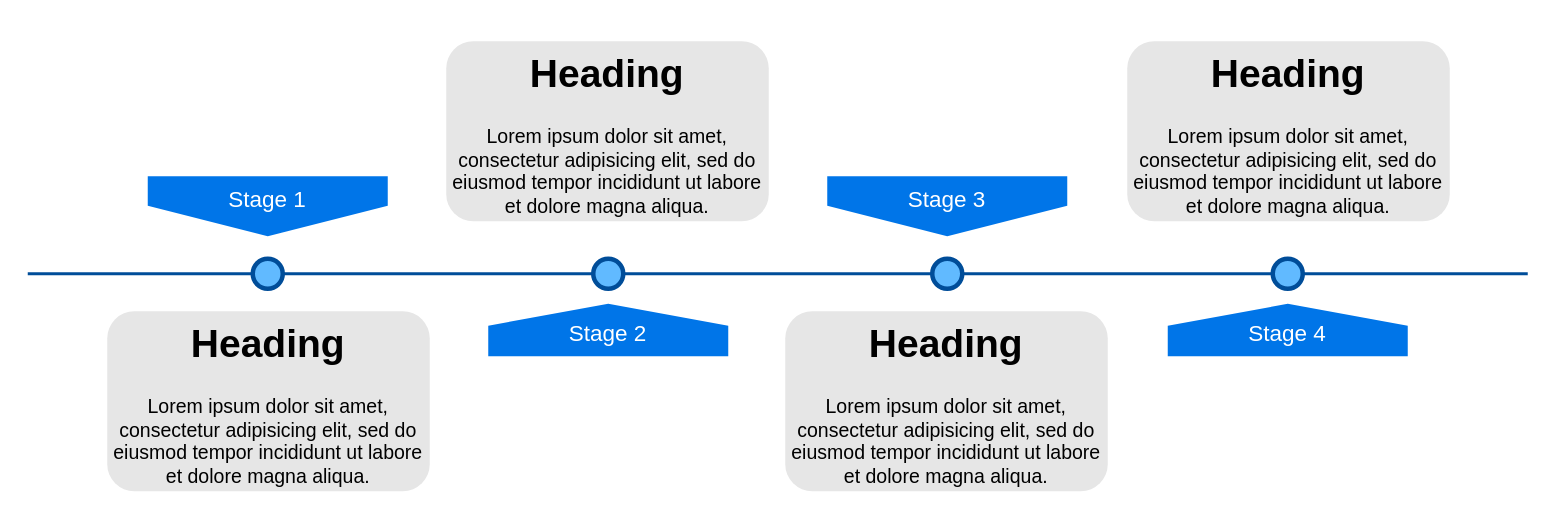
Before: 未命名绘图.drawio in rykler/rykler, a draw.io diagram. Source tidied: cells renumbered, new cells numbered last; positions are measured from the earlier drawing's top-left corner, leaving out a move shared by most shapes. Both pictures are drawn from the tidied source at 150%, with x=0, y=0 at pixel (27, 40).
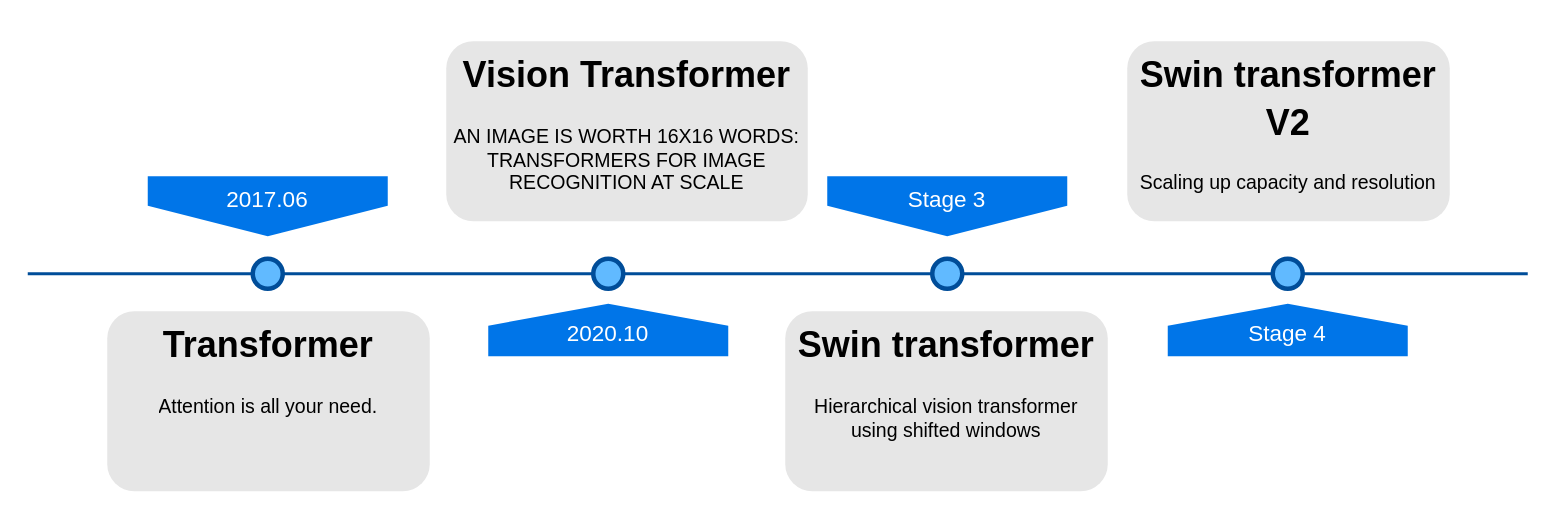
After the change.

Change to the diagram source:
```diff
@@
 <mxGraphModel>
   <root>
     <mxCell id="0" />
     <mxCell id="1" parent="0" />
     <mxCell id="2" style="line;strokeWidth=2;html=1;fillColor=none;fontSize=28;fontColor=#004D99;strokeColor=#004D99;" parent="1" vertex="1">
       <mxGeometry y="150" width="1000" height="10" as="geometry" />
     </mxCell>
-    <mxCell id="3" value="Stage 1" style="shape=offPageConnector;whiteSpace=wrap;html=1;fillColor=#0075E8;fontSize=15;fontColor=#FFFFFF;size=0.5093750000000015;verticalAlign=top;strokeColor=none;" parent="1" vertex="1">
+    <mxCell id="3" value="2017.06" style="shape=offPageConnector;whiteSpace=wrap;html=1;fillColor=#0075E8;fontSize=15;fontColor=#FFFFFF;size=0.5093750000000015;verticalAlign=top;strokeColor=none;" parent="1" vertex="1">
       <mxGeometry x="80" y="90" width="160" height="40" as="geometry" />
     </mxCell>
     <mxCell id="4" value="&lt;span&gt;Stage 3&lt;/span&gt;" style="shape=offPageConnector;whiteSpace=wrap;html=1;fillColor=#0075E8;fontSize=15;fontColor=#FFFFFF;size=0.5093750000000015;verticalAlign=top;strokeColor=none;" parent="1" vertex="1">
       <mxGeometry x="533" y="90" width="160" height="40" as="geometry" />
     </mxCell>
-    <mxCell id="5" value="&lt;span&gt;Stage 2&lt;/span&gt;" style="shape=offPageConnector;whiteSpace=wrap;html=1;fillColor=#0075E8;fontSize=15;fontColor=#FFFFFF;size=0.4178571428571445;flipV=1;verticalAlign=bottom;strokeColor=none;spacingBottom=4;" parent="1" vertex="1">
+    <mxCell id="5" value="&lt;span&gt;2020.10&lt;/span&gt;" style="shape=offPageConnector;whiteSpace=wrap;html=1;fillColor=#0075E8;fontSize=15;fontColor=#FFFFFF;size=0.4178571428571445;flipV=1;verticalAlign=bottom;strokeColor=none;spacingBottom=4;" parent="1" vertex="1">
       <mxGeometry x="307" y="175" width="160" height="35" as="geometry" />
     </mxCell>
     <mxCell id="6" value="&lt;span&gt;Stage 4&lt;/span&gt;" style="shape=offPageConnector;whiteSpace=wrap;html=1;fillColor=#0075E8;fontSize=15;fontColor=#FFFFFF;size=0.4178571428571445;flipV=1;verticalAlign=bottom;strokeColor=none;spacingBottom=4;" parent="1" vertex="1">
       <mxGeometry x="760" y="175" width="160" height="35" as="geometry" />
     </mxCell>
     <mxCell id="7" style="ellipse;whiteSpace=wrap;html=1;fillColor=#61BAFF;fontSize=28;fontColor=#004D99;strokeWidth=3;strokeColor=#004D99;" parent="1" vertex="1">
       <mxGeometry x="150" y="145" width="20" height="20" as="geometry" />
     </mxCell>
     <mxCell id="8" style="ellipse;whiteSpace=wrap;html=1;fillColor=#61BAFF;fontSize=28;fontColor=#004D99;strokeWidth=3;strokeColor=#004D99;" parent="1" vertex="1">
       <mxGeometry x="377" y="145" width="20" height="20" as="geometry" />
     </mxCell>
     <mxCell id="9" style="ellipse;whiteSpace=wrap;html=1;fillColor=#61BAFF;fontSize=28;fontColor=#004D99;strokeWidth=3;strokeColor=#004D99;" parent="1" vertex="1">
       <mxGeometry x="603" y="145" width="20" height="20" as="geometry" />
     </mxCell>
     <mxCell id="10" style="ellipse;whiteSpace=wrap;html=1;fillColor=#61BAFF;fontSize=28;fontColor=#004D99;strokeWidth=3;strokeColor=#004D99;" parent="1" vertex="1">
       <mxGeometry x="830" y="145" width="20" height="20" as="geometry" />
     </mxCell>
-    <mxCell id="11" value="&lt;h1&gt;Heading&lt;/h1&gt;&lt;p&gt;Lorem ipsum dolor sit amet, consectetur adipisicing elit, sed do eiusmod tempor incididunt ut labore et dolore magna aliqua.&lt;/p&gt;" style="text;html=1;spacing=5;spacingTop=-20;whiteSpace=wrap;overflow=hidden;strokeColor=none;strokeWidth=3;fillColor=#E6E6E6;fontSize=13;fontColor=#000000;align=center;rounded=1;" parent="1" vertex="1">
+    <mxCell id="11" value="&lt;h1&gt;&lt;font style=&quot;font-size: 24px;&quot;&gt;Transformer&lt;/font&gt;&lt;/h1&gt;&lt;p&gt;Attention is all your need.&lt;/p&gt;" style="text;html=1;spacing=5;spacingTop=-20;whiteSpace=wrap;overflow=hidden;strokeColor=none;strokeWidth=3;fillColor=#E6E6E6;fontSize=13;fontColor=#000000;align=center;rounded=1;" parent="1" vertex="1">
       <mxGeometry x="53" y="180" width="215" height="120" as="geometry" />
     </mxCell>
-    <mxCell id="12" value="&lt;h1&gt;Heading&lt;/h1&gt;&lt;p&gt;Lorem ipsum dolor sit amet, consectetur adipisicing elit, sed do eiusmod tempor incididunt ut labore et dolore magna aliqua.&lt;/p&gt;" style="text;html=1;spacing=5;spacingTop=-20;whiteSpace=wrap;overflow=hidden;strokeColor=none;strokeWidth=3;fillColor=#E6E6E6;fontSize=13;fontColor=#000000;align=center;rounded=1;" parent="1" vertex="1">
-      <mxGeometry x="279" width="215" height="120" as="geometry" />
+    <mxCell id="12" value="&lt;h1&gt;&lt;font style=&quot;font-size: 24px;&quot;&gt;Vision Transformer&lt;/font&gt;&lt;/h1&gt;&lt;p&gt;AN IMAGE IS WORTH 16X16 WORDS: TRANSFORMERS FOR IMAGE RECOGNITION AT SCALE&lt;/p&gt;" style="text;html=1;spacing=5;spacingTop=-20;whiteSpace=wrap;overflow=hidden;strokeColor=none;strokeWidth=3;fillColor=#E6E6E6;fontSize=13;fontColor=#000000;align=center;rounded=1;" parent="1" vertex="1">
+      <mxGeometry x="279" width="241" height="120" as="geometry" />
     </mxCell>
-    <mxCell id="13" value="&lt;h1&gt;Heading&lt;/h1&gt;&lt;p&gt;Lorem ipsum dolor sit amet, consectetur adipisicing elit, sed do eiusmod tempor incididunt ut labore et dolore magna aliqua.&lt;/p&gt;" style="text;html=1;spacing=5;spacingTop=-20;whiteSpace=wrap;overflow=hidden;strokeColor=none;strokeWidth=3;fillColor=#E6E6E6;fontSize=13;fontColor=#000000;align=center;rounded=1;" parent="1" vertex="1">
+    <mxCell id="13" value="&lt;h1&gt;&lt;font style=&quot;font-size: 24px;&quot;&gt;Swin transformer&lt;/font&gt;&lt;/h1&gt;&lt;p&gt;Hierarchical vision transformer using shifted windows&lt;/p&gt;" style="text;html=1;spacing=5;spacingTop=-20;whiteSpace=wrap;overflow=hidden;strokeColor=none;strokeWidth=3;fillColor=#E6E6E6;fontSize=13;fontColor=#000000;align=center;rounded=1;" parent="1" vertex="1">
       <mxGeometry x="505" y="180" width="215" height="120" as="geometry" />
     </mxCell>
-    <mxCell id="14" value="&lt;h1&gt;Heading&lt;/h1&gt;&lt;p&gt;Lorem ipsum dolor sit amet, consectetur adipisicing elit, sed do eiusmod tempor incididunt ut labore et dolore magna aliqua.&lt;/p&gt;" style="text;html=1;spacing=5;spacingTop=-20;whiteSpace=wrap;overflow=hidden;strokeColor=none;strokeWidth=3;fillColor=#E6E6E6;fontSize=13;fontColor=#000000;align=center;rounded=1;" parent="1" vertex="1">
+    <mxCell id="14" value="&lt;h1&gt;&lt;font style=&quot;font-size: 24px;&quot;&gt;Swin transformer V2&lt;/font&gt;&lt;/h1&gt;&lt;p&gt;Scaling up capacity and resolution&lt;/p&gt;" style="text;html=1;spacing=5;spacingTop=-20;whiteSpace=wrap;overflow=hidden;strokeColor=none;strokeWidth=3;fillColor=#E6E6E6;fontSize=13;fontColor=#000000;align=center;rounded=1;" parent="1" vertex="1">
       <mxGeometry x="733" width="215" height="120" as="geometry" />
     </mxCell>
   </root>
 </mxGraphModel>
```
